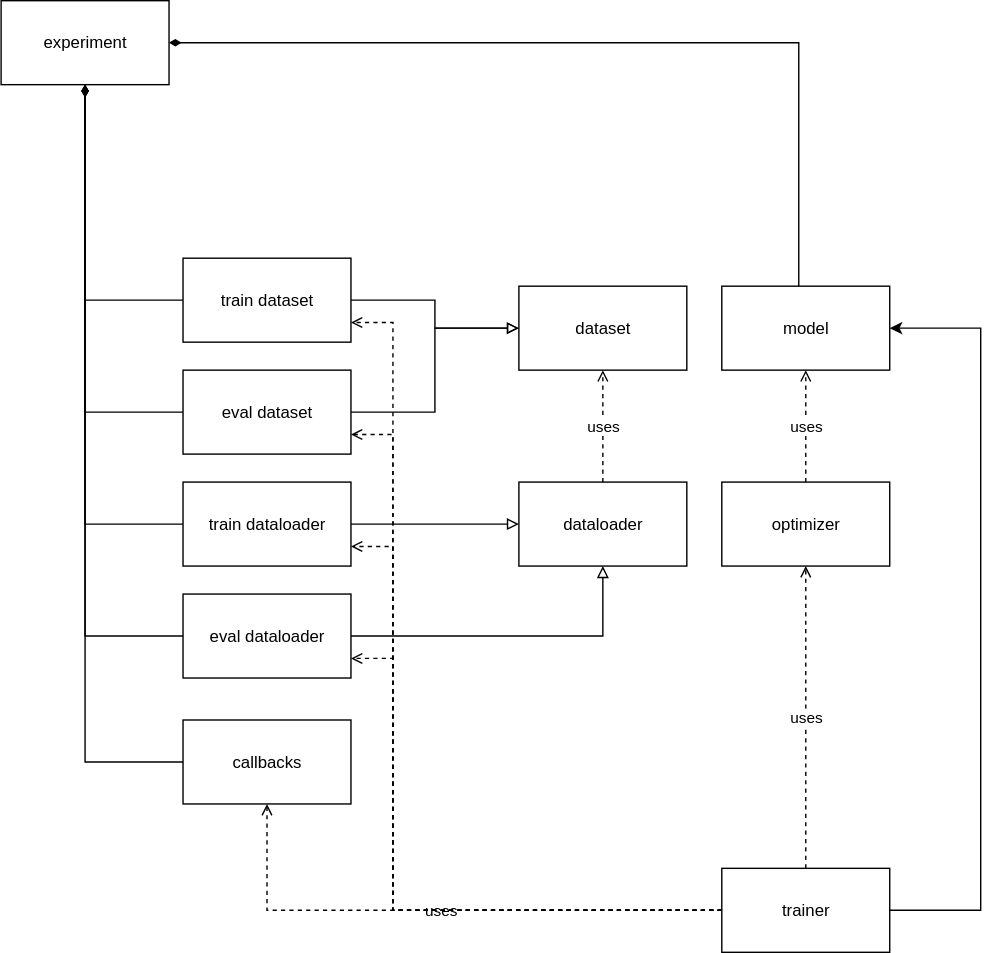
This is docs/diagrams/experiment_block_diagram.drawio.svg from loppjp/blocktrain, a draw.io export, as it was before one commit. Source tidied: cells renumbered, new cells last; positions are measured from the earlier drawing's top-left corner, leaving out a move shared by most shapes.
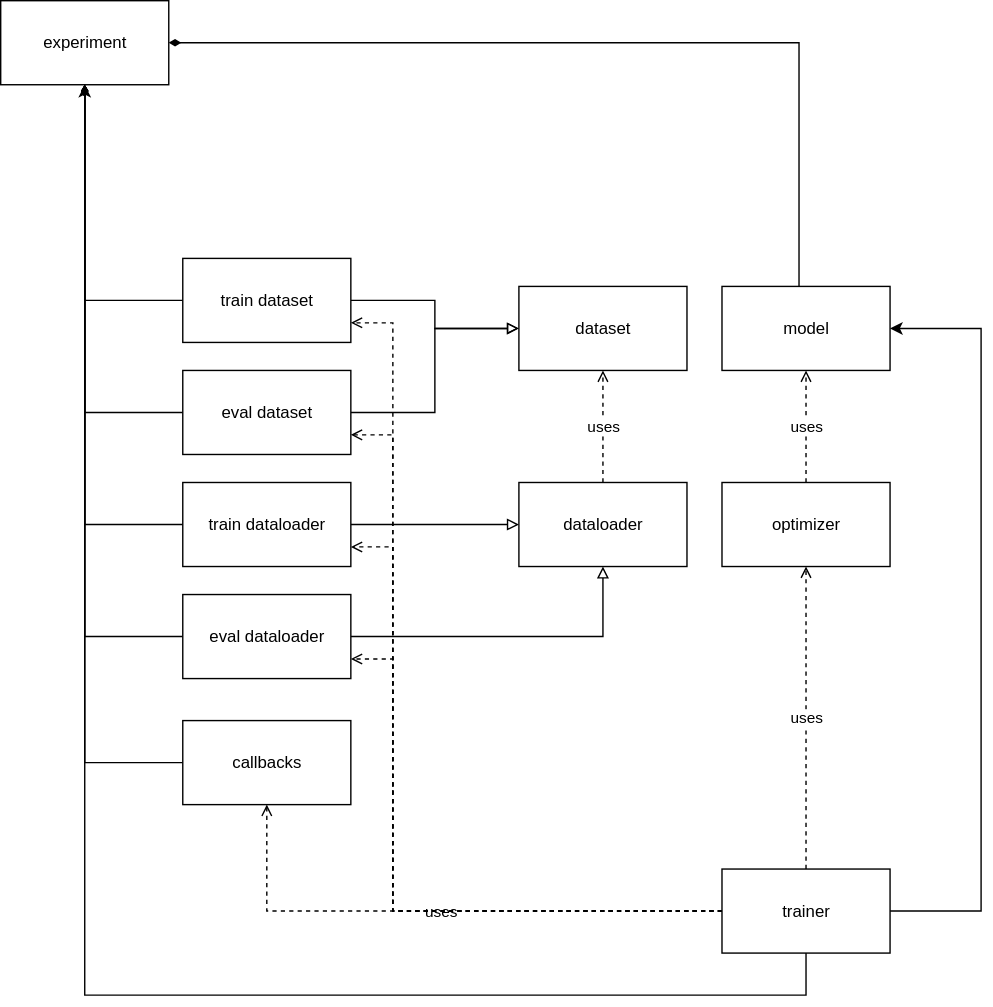
The same diagram one commit later.

Commit message:
fix: added component design diagrams

Diff of the diagram source:
```diff
@@ -118,6 +118,14 @@
         </Array>
       </mxGeometry>
     </mxCell>
+    <mxCell id="32" style="edgeStyle=orthogonalEdgeStyle;rounded=0;jettySize=auto;html=1;" parent="1" edge="1" source="31" target="9">
+      <mxGeometry relative="1" as="geometry">
+        <Array as="points">
+          <mxPoint x="575" y="710" />
+          <mxPoint x="60" y="710" />
+        </Array>
+      </mxGeometry>
+    </mxCell>
     <mxCell id="31" value="trainer" style="rounded=0;whiteSpace=wrap;html=1;" parent="1" vertex="1">
       <mxGeometry x="515" y="620" width="120" height="60" as="geometry" />
     </mxCell>
```
